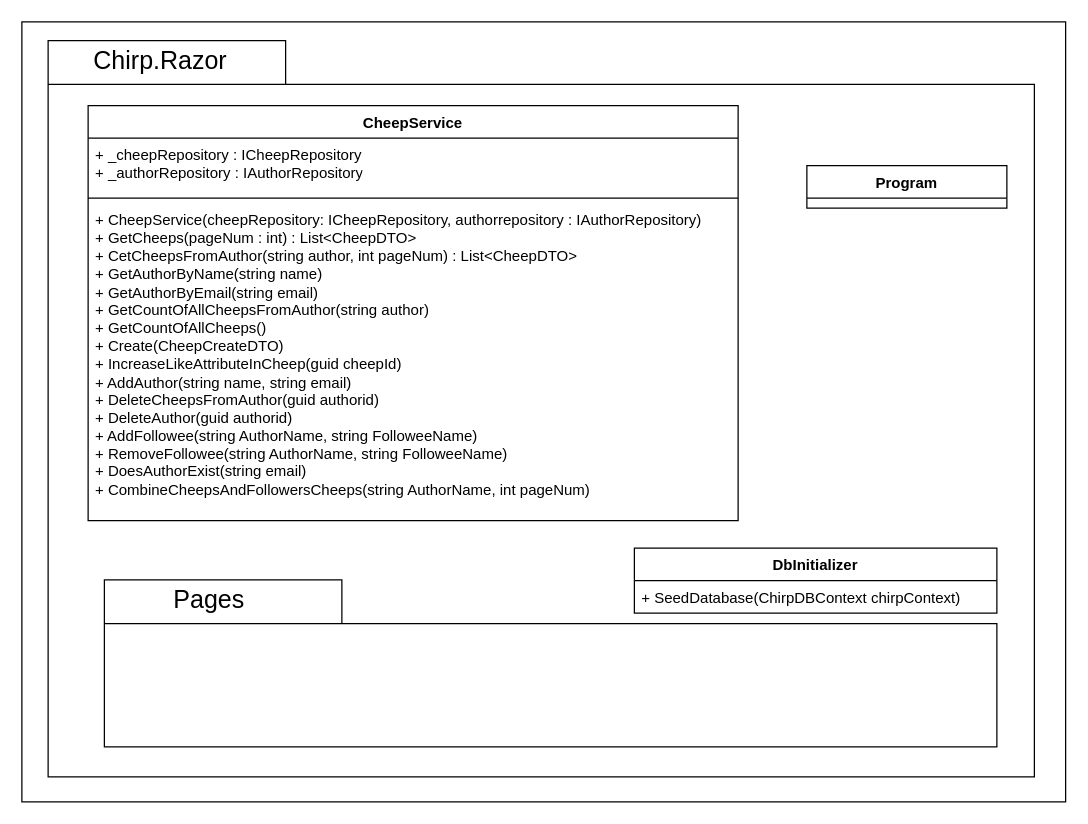
Before: Docs/Images/PackagesUMLClassDiagrams/PackageRazorUMLDiagrams.drawio in ITU-BDSA23-GROUP4/Chirp, a draw.io diagram. Source tidied: cells renumbered, new cells numbered last; positions are measured from the earlier drawing's top-left corner, leaving out a move shared by most shapes. Both pictures are drawn from the tidied source at 125%, with x=0, y=0 at pixel (21, 21).
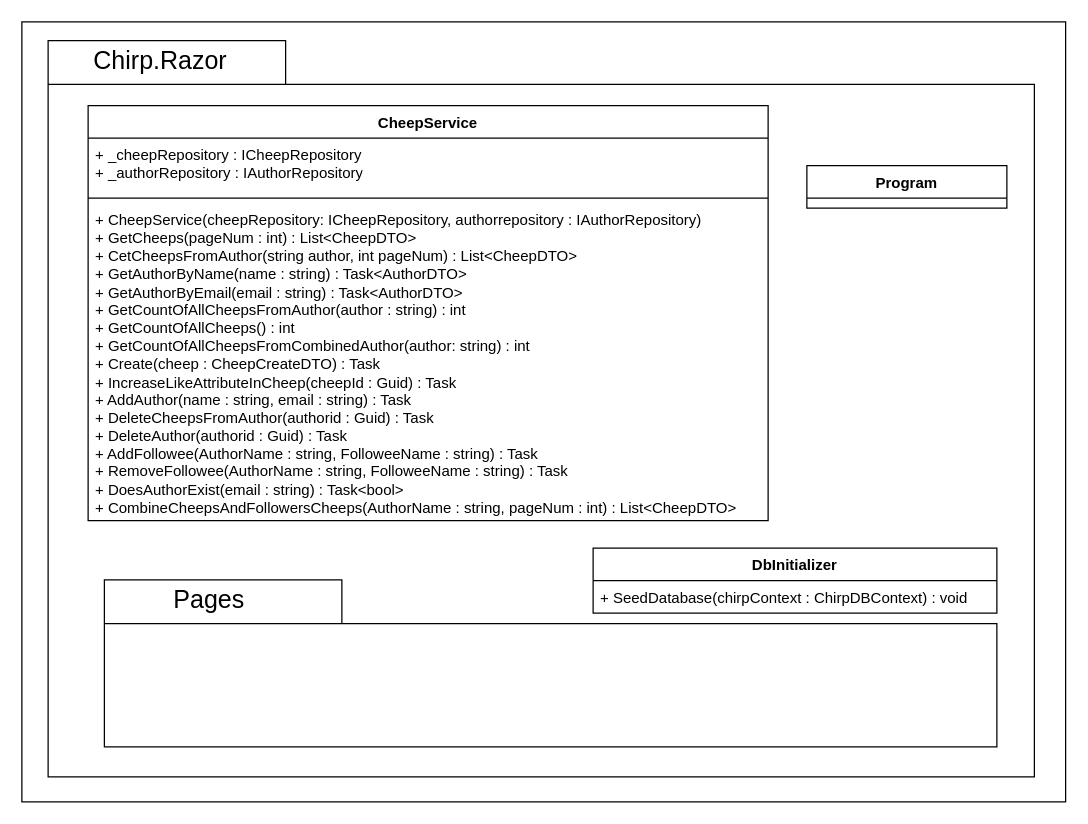
After the change.

Commit message (it also covers changes not shown here):
Corrected notion in Chirp.Razor package UML diagram

What changed in the source:
```diff
@@
 <mxGraphModel background="#ffffff">
   <root>
     <mxCell id="0" />
     <mxCell id="1" parent="0" />
     <mxCell id="2" style="rounded=0;whiteSpace=wrap;html=1;fillColor=none;" parent="1" vertex="1">
       <mxGeometry width="835" height="624" as="geometry" />
     </mxCell>
     <mxCell id="3" style="shape=folder;fontStyle=1;spacingTop=10;tabWidth=190;tabHeight=35;tabPosition=left;html=1;strokeColor=#000000;fillColor=none;" parent="1" vertex="1">
       <mxGeometry x="21" y="15" width="789" height="589" as="geometry" />
     </mxCell>
     <mxCell id="4" style="shape=folder;fontStyle=1;spacingTop=10;tabWidth=190;tabHeight=35;tabPosition=left;html=1;strokeColor=#000000;fillColor=none;" parent="1" vertex="1">
       <mxGeometry x="66" y="446.4" width="714" height="133.5" as="geometry" />
     </mxCell>
     <mxCell id="5" value="&lt;font color=&quot;#000000&quot; style=&quot;font-size: 20px;&quot;&gt;Chirp.Razor&lt;/font&gt;" style="text;html=1;strokeColor=none;fillColor=none;align=center;verticalAlign=middle;whiteSpace=wrap;rounded=0;" parent="1" vertex="1">
       <mxGeometry x="81" y="15" width="60" height="30" as="geometry" />
     </mxCell>
     <mxCell id="6" value="&lt;font color=&quot;#000000&quot;&gt;DbInitializer&lt;/font&gt;" style="swimlane;fontStyle=1;align=center;verticalAlign=top;horizontal=1;startSize=26;whiteSpace=wrap;html=1;strokeColor=#000000;fillColor=none;" parent="1" vertex="1">
-      <mxGeometry x="490" y="421" width="290" height="52" as="geometry" />
+      <mxGeometry x="457" y="421" width="323" height="52" as="geometry" />
     </mxCell>
-    <mxCell id="7" value="&lt;font color=&quot;#000000&quot;&gt;+ SeedDatabase(ChirpDBContext chirpContext)&lt;/font&gt;" style="text;strokeColor=none;fillColor=none;align=left;verticalAlign=top;spacingLeft=4;spacingRight=4;overflow=hidden;whiteSpace=wrap;html=1;" parent="6" vertex="1">
-      <mxGeometry y="26" width="290" height="26" as="geometry" />
+    <mxCell id="7" value="&lt;font color=&quot;#000000&quot;&gt;+ SeedDatabase(&lt;/font&gt;&lt;span style=&quot;color: rgb(0, 0, 0);&quot;&gt;chirpContext :&amp;nbsp;&lt;/span&gt;&lt;font color=&quot;#000000&quot;&gt;ChirpDBContext) : void&lt;/font&gt;" style="text;strokeColor=none;fillColor=none;align=left;verticalAlign=top;spacingLeft=4;spacingRight=4;overflow=hidden;whiteSpace=wrap;html=1;" parent="6" vertex="1">
+      <mxGeometry y="26" width="323" height="26" as="geometry" />
     </mxCell>
     <mxCell id="8" value="&lt;font color=&quot;#000000&quot; style=&quot;font-size: 20px;&quot;&gt;Pages&lt;/font&gt;" style="text;html=1;strokeColor=none;fillColor=none;align=center;verticalAlign=middle;whiteSpace=wrap;rounded=0;" parent="1" vertex="1">
       <mxGeometry x="120" y="446" width="60" height="30" as="geometry" />
     </mxCell>
     <mxCell id="9" value="&lt;font color=&quot;#000000&quot;&gt;CheepService&lt;/font&gt;" style="swimlane;fontStyle=1;align=center;verticalAlign=top;horizontal=1;startSize=26;whiteSpace=wrap;html=1;strokeColor=#000000;fillColor=none;" parent="1" vertex="1">
-      <mxGeometry x="53" y="67" width="520" height="332" as="geometry" />
+      <mxGeometry x="53" y="67" width="544" height="332" as="geometry" />
     </mxCell>
     <mxCell id="10" value="&lt;font color=&quot;#000000&quot;&gt;+ _cheepRepository : ICheepRepository&lt;br&gt;+ _authorRepository : IAuthorRepository&lt;/font&gt;" style="text;strokeColor=none;fillColor=none;align=left;verticalAlign=top;spacingLeft=4;spacingRight=4;overflow=hidden;whiteSpace=wrap;html=1;" parent="9" vertex="1">
-      <mxGeometry y="26" width="520" height="44" as="geometry" />
+      <mxGeometry y="26" width="544" height="44" as="geometry" />
     </mxCell>
     <mxCell id="11" style="line;strokeWidth=1;fillColor=none;align=left;verticalAlign=middle;spacingTop=-1;spacingLeft=3;spacingRight=3;labelPosition=right;strokeColor=inherit;" parent="9" vertex="1">
-      <mxGeometry y="70" width="520" height="8" as="geometry" />
+      <mxGeometry y="70" width="544" height="8" as="geometry" />
     </mxCell>
-    <mxCell id="12" value="&lt;font color=&quot;#000000&quot;&gt;+ CheepService(&lt;/font&gt;&lt;span style=&quot;color: rgb(0, 0, 0);&quot;&gt;cheepRepository:&amp;nbsp;&lt;/span&gt;&lt;font color=&quot;#000000&quot;&gt;ICheepRepository, authorrepository :&amp;nbsp;&lt;/font&gt;&lt;span style=&quot;color: rgb(0, 0, 0);&quot;&gt;IAuthorRepository&lt;/span&gt;&lt;font color=&quot;#000000&quot;&gt;)&lt;br&gt;&lt;/font&gt;&lt;font color=&quot;#000000&quot;&gt;+ GetCheeps(pageNum :&amp;nbsp;&lt;/font&gt;&lt;span style=&quot;color: rgb(0, 0, 0);&quot;&gt;int&lt;/span&gt;&lt;font color=&quot;#000000&quot;&gt;) : List&amp;lt;CheepDTO&amp;gt;&lt;br&gt;+ CetCheepsFromAuthor(string author, int pageNum) : List&amp;lt;CheepDTO&amp;gt;&lt;br&gt;+ GetAuthorByName(string name)&lt;br&gt;+ GetAuthorByEmail(string email)&lt;br&gt;+ GetCountOfAllCheepsFromAuthor(string author)&lt;br&gt;+ GetCountOfAllCheeps()&lt;br&gt;+ Create(CheepCreateDTO)&lt;br&gt;+ IncreaseLikeAttributeInCheep(guid cheepId)&lt;br&gt;+ AddAuthor(string name, string email)&lt;br&gt;+ DeleteCheepsFromAuthor(guid authorid)&lt;br&gt;+ DeleteAuthor(guid authorid)&lt;br&gt;+ AddFollowee(string AuthorName, string FolloweeName)&lt;br&gt;+ RemoveFollowee(string AuthorName, string FolloweeName)&lt;br&gt;+ DoesAuthorExist(string email)&lt;br&gt;+ CombineCheepsAndFollowersCheeps(string AuthorName, int pageNum)&lt;br&gt;&lt;/font&gt;" style="text;strokeColor=none;fillColor=none;align=left;verticalAlign=top;spacingLeft=4;spacingRight=4;overflow=hidden;whiteSpace=wrap;html=1;" parent="9" vertex="1">
-      <mxGeometry y="78" width="520" height="254" as="geometry" />
+    <mxCell id="12" value="&lt;font color=&quot;#000000&quot;&gt;+ CheepService(&lt;/font&gt;&lt;span style=&quot;color: rgb(0, 0, 0);&quot;&gt;cheepRepository:&amp;nbsp;&lt;/span&gt;&lt;font color=&quot;#000000&quot;&gt;ICheepRepository, authorrepository :&amp;nbsp;&lt;/font&gt;&lt;span style=&quot;color: rgb(0, 0, 0);&quot;&gt;IAuthorRepository&lt;/span&gt;&lt;font color=&quot;#000000&quot;&gt;)&lt;br&gt;&lt;/font&gt;&lt;font color=&quot;#000000&quot;&gt;+ GetCheeps(pageNum :&amp;nbsp;&lt;/font&gt;&lt;span style=&quot;color: rgb(0, 0, 0);&quot;&gt;int&lt;/span&gt;&lt;font color=&quot;#000000&quot;&gt;) : List&amp;lt;CheepDTO&amp;gt;&lt;br&gt;+ CetCheepsFromAuthor(string author, int pageNum) : List&amp;lt;CheepDTO&amp;gt;&lt;br&gt;+ GetAuthorByName(name : string) : Task&amp;lt;AuthorDTO&amp;gt;&lt;br&gt;+ GetAuthorByEmail(email : string) : Task&amp;lt;AuthorDTO&amp;gt;&lt;br&gt;+ GetCountOfAllCheepsFromAuthor(author : string) : int&lt;br&gt;+ GetCountOfAllCheeps() : int&lt;br&gt;+ GetCountOfAllCheepsFromCombinedAuthor(author: string) : int&lt;br&gt;+ Create(cheep : CheepCreateDTO) : Task&lt;br&gt;+ IncreaseLikeAttributeInCheep(cheepId : Guid) : Task&lt;br&gt;+ AddAuthor(name : string, email : string) : Task&lt;br&gt;+ DeleteCheepsFromAuthor(authorid : Guid) : Task&lt;br&gt;+ DeleteAuthor(authorid : Guid) : Task&lt;br&gt;+ AddFollowee(AuthorName : string, FolloweeName : string) : Task&lt;br&gt;+ RemoveFollowee(AuthorName : string, FolloweeName : string) : Task&lt;br&gt;+ DoesAuthorExist(email : string) : Task&amp;lt;bool&amp;gt;&lt;br&gt;+ CombineCheepsAndFollowersCheeps(AuthorName : string, pageNum : int) : List&amp;lt;CheepDTO&amp;gt;&lt;br&gt;&lt;br&gt;&lt;/font&gt;" style="text;strokeColor=none;fillColor=none;align=left;verticalAlign=top;spacingLeft=4;spacingRight=4;overflow=hidden;whiteSpace=wrap;html=1;" parent="9" vertex="1">
+      <mxGeometry y="78" width="544" height="254" as="geometry" />
     </mxCell>
     <mxCell id="13" value="&lt;font color=&quot;#000000&quot;&gt;Program&lt;/font&gt;" style="swimlane;fontStyle=1;align=center;verticalAlign=top;horizontal=1;startSize=26;whiteSpace=wrap;html=1;strokeColor=#000000;fillColor=none;" parent="1" vertex="1">
       <mxGeometry x="628" y="115" width="160" height="34" as="geometry" />
     </mxCell>
   </root>
 </mxGraphModel>
```
